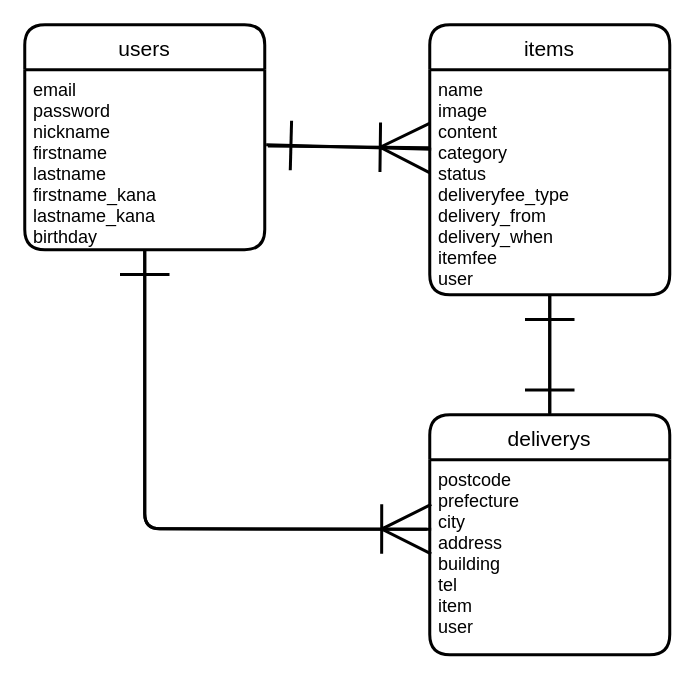
This is er.dio from ytimesy/furima-38852, a draw.io file, before an edit. Source tidied: cells renumbered, new cells numbered last; positions are measured from the earlier drawing's top-left corner, leaving out a move shared by most shapes. Both pictures are drawn from the tidied source at 150%, with x=0, y=0 at pixel (24, 24).
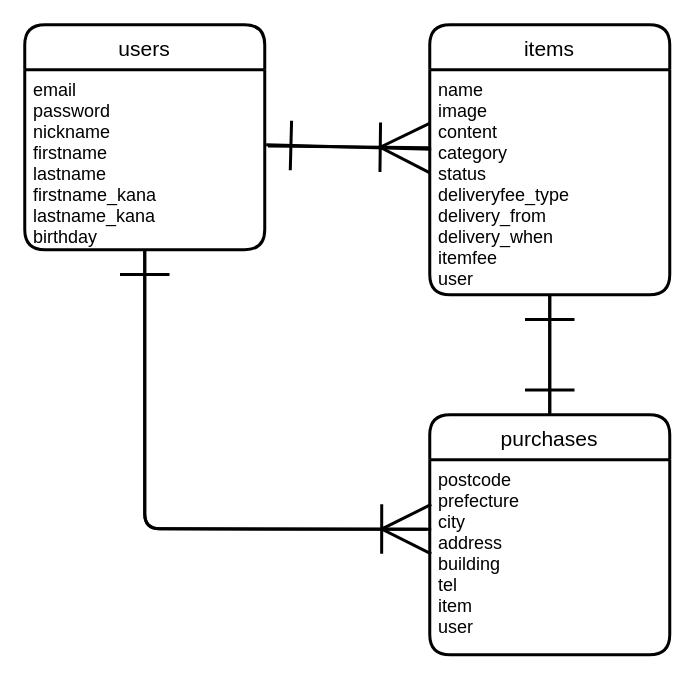
The same diagram, later.

Commit message (it also covers changes not shown here):
データベース設計(テーブル名変更)

deliverys テーブル名をpurchasesに変更

What changed in the source:
```diff
@@
 <mxGraphModel>
   <root>
     <mxCell id="0" />
     <mxCell id="1" parent="0" />
     <mxCell id="2" style="edgeStyle=none;html=1;entryX=0.5;entryY=1;entryDx=0;entryDy=0;endArrow=ERone;endFill=0;sourcePerimeterSpacing=1;targetPerimeterSpacing=1;strokeColor=default;exitX=-0.012;exitY=0.356;exitDx=0;exitDy=0;exitPerimeter=0;endSize=30;strokeWidth=2;" parent="1" edge="1" source="11" target="7">
       <mxGeometry relative="1" as="geometry">
         <Array as="points">
           <mxPoint x="80" y="336" />
         </Array>
       </mxGeometry>
     </mxCell>
     <mxCell id="3" style="edgeStyle=none;html=1;exitX=0.006;exitY=0.353;exitDx=0;exitDy=0;endArrow=ERone;endFill=0;sourcePerimeterSpacing=1;targetPerimeterSpacing=1;strokeColor=default;endSize=30;startSize=20;strokeWidth=2;exitPerimeter=0;entryX=1.006;entryY=0.417;entryDx=0;entryDy=0;entryPerimeter=0;" parent="1" edge="1" source="9" target="7">
       <mxGeometry relative="1" as="geometry" />
     </mxCell>
     <mxCell id="4" style="edgeStyle=none;html=1;endArrow=ERone;endFill=0;sourcePerimeterSpacing=1;targetPerimeterSpacing=3;strokeColor=default;entryX=0.5;entryY=1;entryDx=0;entryDy=0;endSize=30;strokeWidth=2;" parent="1" edge="1" source="10" target="9">
       <mxGeometry relative="1" as="geometry" />
     </mxCell>
     <mxCell id="5" style="edgeStyle=none;html=1;exitX=0.5;exitY=1;exitDx=0;exitDy=0;entryX=0.5;entryY=0;entryDx=0;entryDy=0;endArrow=ERone;endFill=0;sourcePerimeterSpacing=1;targetPerimeterSpacing=1;strokeColor=default;strokeWidth=2;endSize=30;startSize=6;jumpSize=13;" parent="1" edge="1" source="9" target="10">
       <mxGeometry relative="1" as="geometry" />
     </mxCell>
     <mxCell id="6" value="users" style="swimlane;horizontal=1;startSize=30;rounded=1;fontSize=14;fontStyle=0;strokeWidth=2;shadow=0;dashed=0;align=center;" parent="1" vertex="1">
       <mxGeometry width="160" height="150" as="geometry" />
     </mxCell>
     <mxCell id="7" value="email&#10;password&#10;nickname&#10;firstname&#10;lastname&#10;firstname_kana&#10;lastname_kana&#10;birthday&#10;" style="align=left;strokeColor=none;fillColor=none;spacingLeft=4;fontSize=12;verticalAlign=top;" parent="6" vertex="1">
       <mxGeometry y="30" width="160" height="120" as="geometry" />
     </mxCell>
     <mxCell id="8" value="items" style="swimlane;horizontal=1;startSize=30;rounded=1;fontSize=14;fontStyle=0;strokeWidth=2;shadow=0;dashed=0;align=center;" parent="1" vertex="1">
       <mxGeometry x="270" width="160" height="180" as="geometry" />
     </mxCell>
     <mxCell id="9" value="name&#10;image&#10;content&#10;category&#10;status&#10;deliveryfee_type&#10;delivery_from&#10;delivery_when&#10;itemfee&#10;user&#10;" style="align=left;strokeColor=none;fillColor=none;spacingLeft=4;fontSize=12;verticalAlign=top;" parent="8" vertex="1">
       <mxGeometry y="30" width="160" height="150" as="geometry" />
     </mxCell>
-    <mxCell id="10" value="deliverys" style="swimlane;horizontal=1;startSize=30;rounded=1;fontSize=14;fontStyle=0;strokeWidth=2;shadow=0;dashed=0;align=center;" parent="1" vertex="1">
+    <mxCell id="10" value="purchases" style="swimlane;horizontal=1;startSize=30;rounded=1;fontSize=14;fontStyle=0;strokeWidth=2;shadow=0;dashed=0;align=center;" parent="1" vertex="1">
       <mxGeometry x="270" y="260" width="160" height="160" as="geometry" />
     </mxCell>
     <mxCell id="11" value="postcode&#10;prefecture&#10;city&#10;address&#10;building&#10;tel&#10;item&#10;user" style="align=left;strokeColor=none;fillColor=none;spacingLeft=4;fontSize=12;verticalAlign=top;" parent="10" vertex="1">
       <mxGeometry y="30" width="160" height="130" as="geometry" />
     </mxCell>
     <mxCell id="12" style="edgeStyle=none;html=1;exitX=1.013;exitY=0.423;exitDx=0;exitDy=0;entryX=0;entryY=0.347;entryDx=0;entryDy=0;endArrow=ERoneToMany;endFill=0;strokeColor=default;sourcePerimeterSpacing=1;targetPerimeterSpacing=1;endSize=30;strokeWidth=2;exitPerimeter=0;entryPerimeter=0;" parent="1" edge="1" source="7" target="9">
       <mxGeometry relative="1" as="geometry" />
     </mxCell>
     <mxCell id="13" style="edgeStyle=none;html=1;exitX=0.5;exitY=1;exitDx=0;exitDy=0;entryX=0.006;entryY=0.356;entryDx=0;entryDy=0;entryPerimeter=0;endArrow=ERoneToMany;endFill=0;sourcePerimeterSpacing=1;targetPerimeterSpacing=1;strokeColor=default;endSize=30;strokeWidth=2;" parent="1" edge="1" source="7" target="11">
       <mxGeometry relative="1" as="geometry">
         <Array as="points">
           <mxPoint x="80" y="336" />
         </Array>
       </mxGeometry>
     </mxCell>
   </root>
 </mxGraphModel>
```
